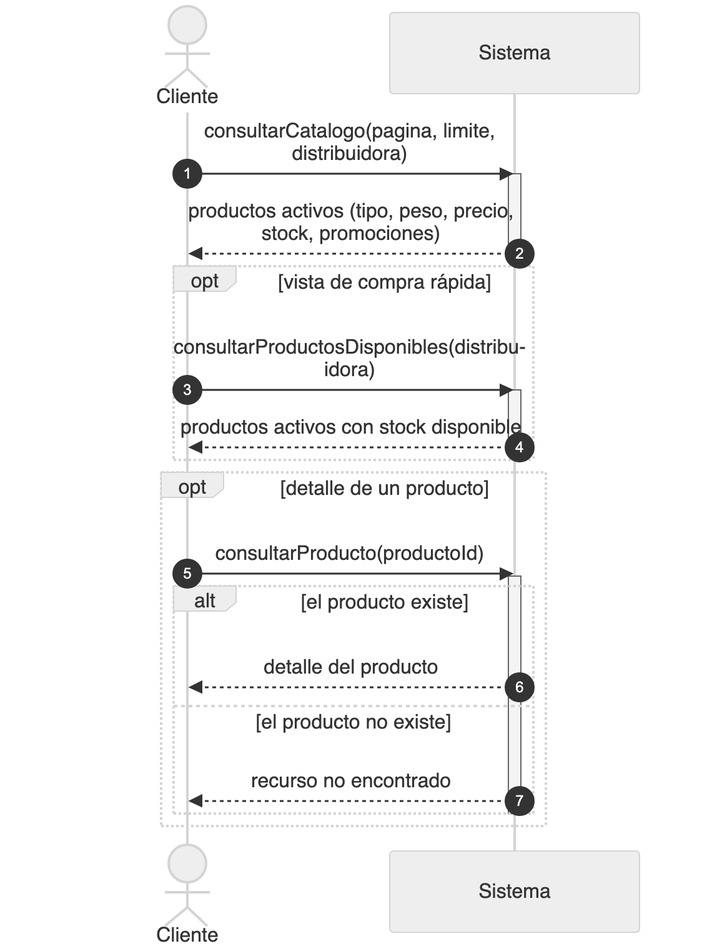
This is diagramas/png/DSS_CU-041_Consultar-Catalogo-De-Productos.png from Nahuelito-Dev/splg-docs, a Mermaid export, as it was before one commit. Its source is kept beside it as diagramas/DSS_CU-041_Consultar-Catalogo-De-Productos.mmd. The source it was exported from:
```mermaid
sequenceDiagram
    title DSS — CU-041 Consultar Catalogo De Productos
    autonumber
    actor CLI as Cliente
    participant SIS as Sistema

    CLI->>SIS: consultarCatalogo(pagina, limite, distribuidora)
    activate SIS
    SIS-->>CLI: productos activos (tipo, peso, precio, stock, promociones)
    deactivate SIS

    opt vista de compra rápida
        CLI->>SIS: consultarProductosDisponibles(distribuidora)
        activate SIS
        SIS-->>CLI: productos activos con stock disponible
        deactivate SIS
    end

    opt detalle de un producto
        CLI->>SIS: consultarProducto(productoId)
        activate SIS
        alt el producto existe
            SIS-->>CLI: detalle del producto
        else el producto no existe
            SIS-->>CLI: recurso no encontrado
        end
        deactivate SIS
    end
```
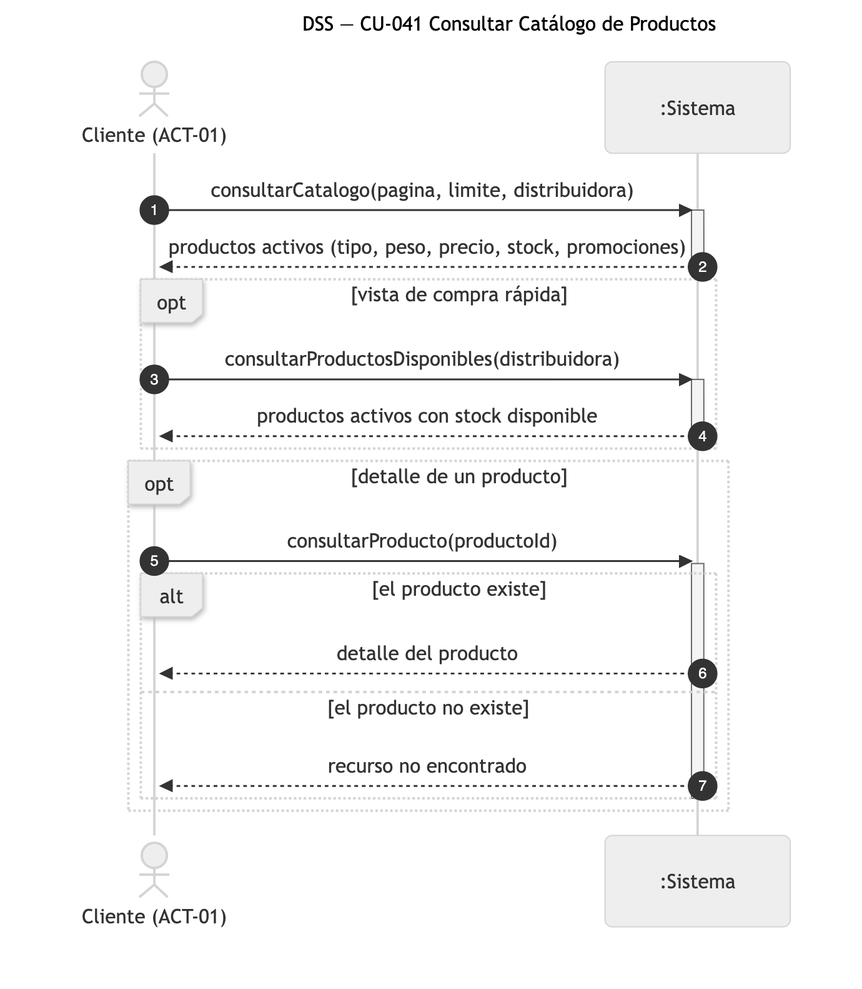
Later version of the same file.

Change to the diagram source:
```diff
@@ -1,8 +1,8 @@
 sequenceDiagram
-    title DSS — CU-041 Consultar Catalogo De Productos
+    title DSS — CU-041 Consultar Catálogo de Productos
     autonumber
-    actor CLI as Cliente
-    participant SIS as Sistema
+    actor CLI as Cliente (ACT-01)
+    participant SIS as :Sistema
 
     CLI->>SIS: consultarCatalogo(pagina, limite, distribuidora)
     activate SIS
```
